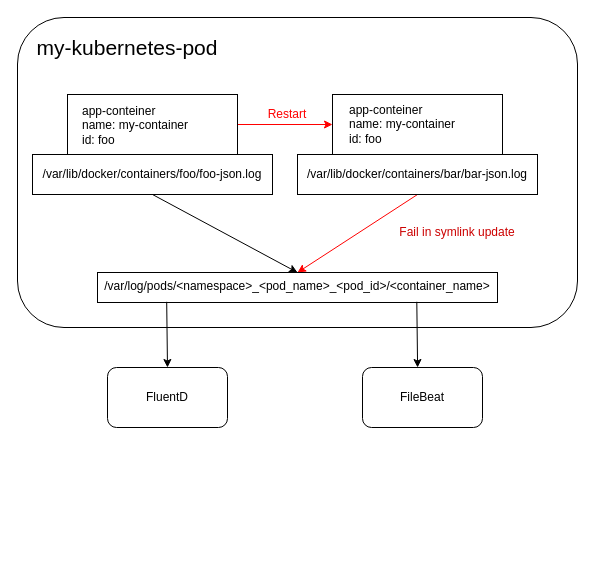
This is Untitled Diagram.drawio from yudaprama/2tactic, a draw.io file, before an edit. Source tidied: cells renumbered, new cells numbered last; positions are measured from the earlier drawing's top-left corner, leaving out a move shared by most shapes. Both pictures are drawn from the tidied source at 100%, with x=0, y=0 at pixel (17, 17).
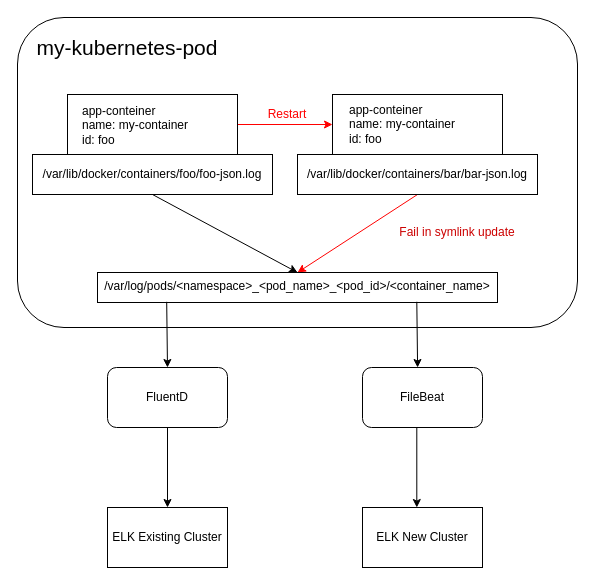
After the change.

Unchanged cells that the change refers to:
```xml
<mxCell id="17" value="FluentD" style="rounded=1;whiteSpace=wrap;html=1;strokeColor=#000000;" parent="1" vertex="1">
  <mxGeometry x="90" y="350" width="120" height="60" as="geometry" />
</mxCell>
```

What changed in the source:
```diff
@@
+    <mxCell id="20" style="edgeStyle=none;rounded=0;jettySize=auto;html=1;exitX=0.5;exitY=1;exitDx=0;exitDy=0;entryX=0.5;entryY=0;entryDx=0;entryDy=0;startArrow=none;startFill=0;endArrow=classic;endFill=1;strokeColor=#000000;" parent="1" edge="1" source="17" target="21">
+      <mxGeometry relative="1" as="geometry" />
+    </mxCell>
@@
+    <mxCell id="21" value="ELK Existing Cluster" style="rounded=0;whiteSpace=wrap;html=1;strokeColor=#000000;" parent="1" vertex="1">
+      <mxGeometry x="90" y="490" width="120" height="60" as="geometry" />
+    </mxCell>
+    <mxCell id="22" value="ELK New Cluster" style="rounded=0;whiteSpace=wrap;html=1;strokeColor=#000000;" parent="1" vertex="1">
+      <mxGeometry x="345" y="490" width="120" height="60" as="geometry" />
+    </mxCell>
+    <mxCell id="23" style="edgeStyle=none;rounded=0;orthogonalLoop=1;jettySize=auto;html=1;exitX=0.5;exitY=1;exitDx=0;exitDy=0;entryX=0.5;entryY=0;entryDx=0;entryDy=0;startArrow=none;startFill=0;endArrow=classic;endFill=1;strokeColor=#000000;" parent="1" edge="1">
+      <mxGeometry relative="1" as="geometry">
+        <mxPoint x="399.3" y="410" as="sourcePoint" />
+        <mxPoint x="399.3" y="490" as="targetPoint" />
+      </mxGeometry>
+    </mxCell>
```
